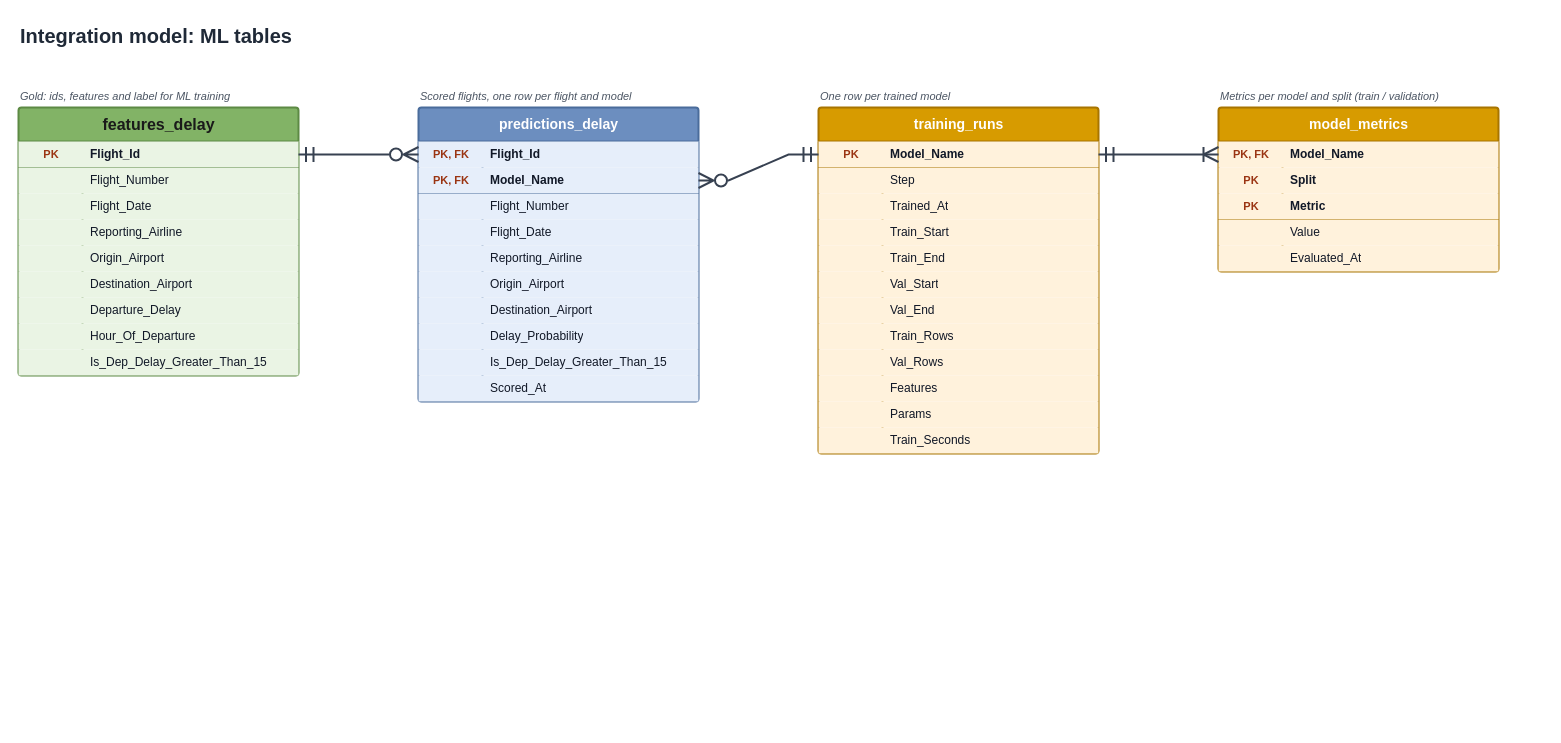
Before: docs/diagrams/03_integration_model.drawio in lakiiibalint/flight-delay-prediction-lakehouse, a draw.io diagram. Source tidied: cells renumbered, new cells numbered last; positions are measured from the earlier drawing's top-left corner, leaving out a move shared by most shapes. Both pictures are drawn from the tidied source at 100%, with x=0, y=0 at pixel (18, 17).
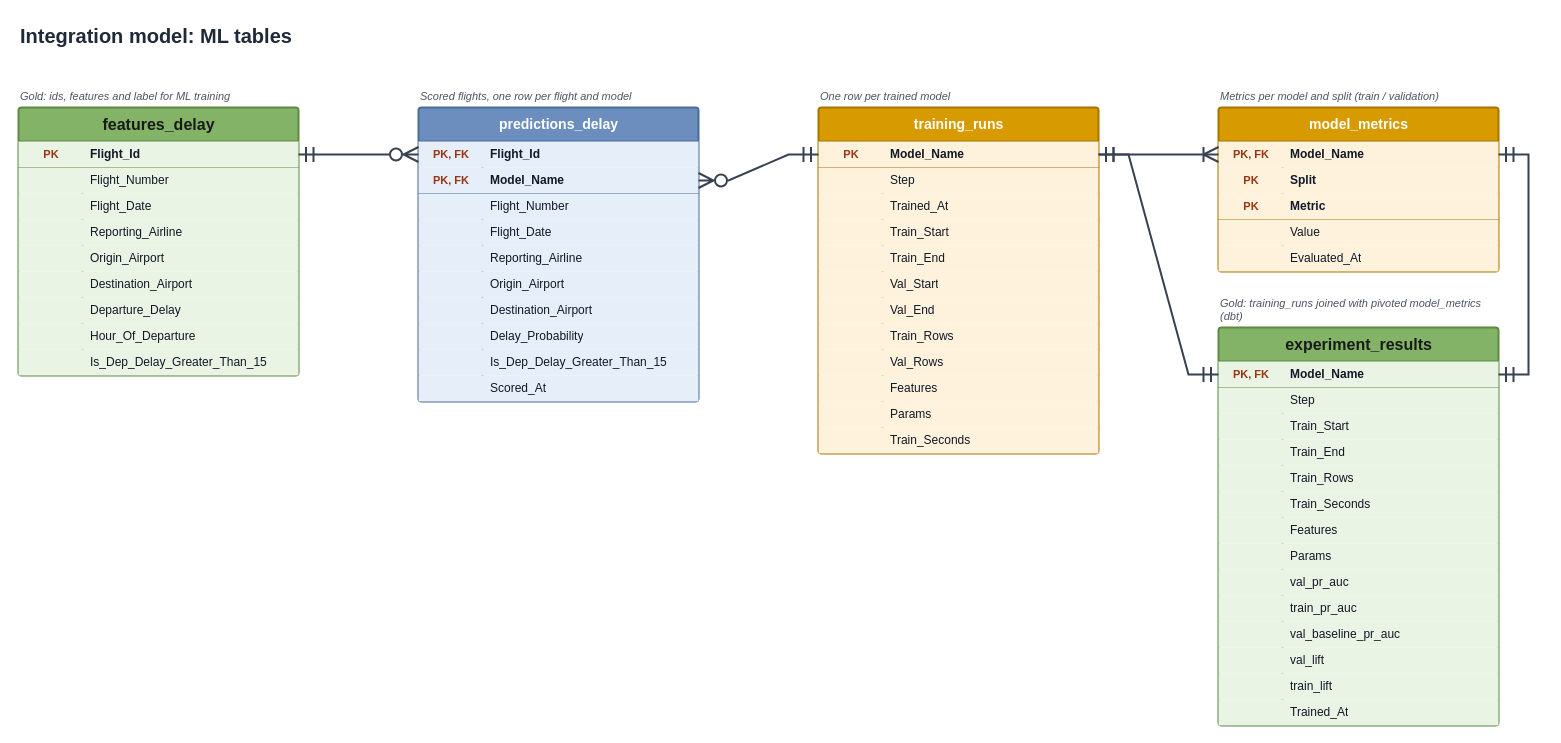
The same page after the edit.

Commit message (it also covers changes not shown here):
Update dataflow and integration model diagrams

Dataflow: ML Train now also writes training runs log and model metrics to ClickHouse.
Integration model: add experiment_results Gold table.

Unchanged cells that the change refers to:
```xml
<mxCell id="66" style="shape=tableRow;horizontal=0;startSize=0;swimlaneHead=0;swimlaneBody=0;fillColor=#fff2dc;points=[[0,0.5],[1,0.5]];portConstraint=eastwest;top=0;left=0;right=0;bottom=1;strokeColor=#a87500;" parent="65" vertex="1">
  <mxGeometry y="34" width="280" height="26" as="geometry" />
</mxCell>
<mxCell id="104" style="shape=tableRow;horizontal=0;startSize=0;swimlaneHead=0;swimlaneBody=0;fillColor=#fff2dc;points=[[0,0.5],[1,0.5]];portConstraint=eastwest;top=0;left=0;right=0;bottom=0;strokeColor=#a87500;" parent="103" vertex="1">
  <mxGeometry y="34" width="280" height="26" as="geometry" />
</mxCell>
```

Diff of the diagram source:
```diff
@@
+    <mxCell id="122" value="&lt;i&gt;Gold: training_runs joined with pivoted model_metrics (dbt)&lt;/i&gt;" style="text;html=1;align=left;verticalAlign=bottom;fontSize=11;fontColor=#4b5563;whiteSpace=wrap;" parent="1" vertex="1">
+      <mxGeometry x="1200" y="280" width="280" height="28" as="geometry" />
+    </mxCell>
+    <mxCell id="123" value="&lt;span style=&quot;color: rgb(26, 26, 26);&quot;&gt;&lt;font style=&quot;font-size: 16px;&quot;&gt;experiment_results&lt;/font&gt;&lt;/span&gt;" style="shape=table;startSize=34;childLayout=tableLayout;rowLines=0;fontStyle=1;align=center;html=1;fontSize=14;fontColor=#ffffff;fillColor=#82b366;strokeColor=#5d8a44;strokeWidth=2;rounded=1;arcSize=3;" parent="1" vertex="1">
+      <mxGeometry x="1200" y="310" width="280" height="398" as="geometry" />
+    </mxCell>
+    <mxCell id="124" style="shape=tableRow;horizontal=0;startSize=0;swimlaneHead=0;swimlaneBody=0;fillColor=#eaf4e4;points=[[0,0.5],[1,0.5]];portConstraint=eastwest;top=0;left=0;right=0;bottom=1;strokeColor=#5d8a44;" parent="123" vertex="1">
+      <mxGeometry y="34" width="280" height="26" as="geometry" />
+    </mxCell>
+    <mxCell id="125" value="&lt;b&gt;PK, FK&lt;/b&gt;" style="shape=partialRectangle;html=1;whiteSpace=wrap;fillColor=none;top=0;left=0;bottom=0;right=0;align=center;spacingLeft=2;overflow=hidden;fontSize=11;fontColor=#9a3412;" parent="124" vertex="1">
+      <mxGeometry width="64" height="26" as="geometry" />
+    </mxCell>
+    <mxCell id="126" value="Model_Name" style="shape=partialRectangle;html=1;whiteSpace=wrap;fillColor=none;top=0;left=0;bottom=0;right=0;align=left;spacingLeft=6;overflow=hidden;fontSize=12;fontColor=#111827;fontStyle=1;" parent="124" vertex="1">
+      <mxGeometry x="64" width="216" height="26" as="geometry" />
+    </mxCell>
+    <mxCell id="127" style="shape=tableRow;horizontal=0;startSize=0;swimlaneHead=0;swimlaneBody=0;fillColor=#eaf4e4;top=0;left=0;right=0;bottom=0;strokeColor=#5d8a44;" parent="123" vertex="1">
+      <mxGeometry y="60" width="280" height="26" as="geometry" />
+    </mxCell>
+    <mxCell id="128" style="shape=partialRectangle;html=1;whiteSpace=wrap;fillColor=none;top=0;left=0;bottom=0;right=0;align=center;spacingLeft=2;overflow=hidden;fontSize=11;fontColor=#1d4ed8;" parent="127" vertex="1">
+      <mxGeometry width="64" height="26" as="geometry" />
+    </mxCell>
+    <mxCell id="129" value="Step" style="shape=partialRectangle;html=1;whiteSpace=wrap;fillColor=none;top=0;left=0;bottom=0;right=0;align=left;spacingLeft=6;overflow=hidden;fontSize=12;fontColor=#111827;" parent="127" vertex="1">
+      <mxGeometry x="64" width="216" height="26" as="geometry" />
+    </mxCell>
+    <mxCell id="130" style="shape=tableRow;horizontal=0;startSize=0;swimlaneHead=0;swimlaneBody=0;fillColor=#eaf4e4;top=0;left=0;right=0;bottom=0;strokeColor=#5d8a44;" parent="123" vertex="1">
+      <mxGeometry y="86" width="280" height="26" as="geometry" />
+    </mxCell>
+    <mxCell id="131" style="shape=partialRectangle;html=1;whiteSpace=wrap;fillColor=none;top=0;left=0;bottom=0;right=0;align=center;spacingLeft=2;overflow=hidden;fontSize=11;fontColor=#1d4ed8;" parent="130" vertex="1">
+      <mxGeometry width="64" height="26" as="geometry" />
+    </mxCell>
+    <mxCell id="132" value="Train_Start" style="shape=partialRectangle;html=1;whiteSpace=wrap;fillColor=none;top=0;left=0;bottom=0;right=0;align=left;spacingLeft=6;overflow=hidden;fontSize=12;fontColor=#111827;" parent="130" vertex="1">
+      <mxGeometry x="64" width="216" height="26" as="geometry" />
+    </mxCell>
+    <mxCell id="133" style="shape=tableRow;horizontal=0;startSize=0;swimlaneHead=0;swimlaneBody=0;fillColor=#eaf4e4;top=0;left=0;right=0;bottom=0;strokeColor=#5d8a44;" parent="123" vertex="1">
+      <mxGeometry y="112" width="280" height="26" as="geometry" />
+    </mxCell>
+    <mxCell id="134" style="shape=partialRectangle;html=1;whiteSpace=wrap;fillColor=none;top=0;left=0;bottom=0;right=0;align=center;spacingLeft=2;overflow=hidden;fontSize=11;fontColor=#1d4ed8;" parent="133" vertex="1">
+      <mxGeometry width="64" height="26" as="geometry" />
+    </mxCell>
+    <mxCell id="135" value="Train_End" style="shape=partialRectangle;html=1;whiteSpace=wrap;fillColor=none;top=0;left=0;bottom=0;right=0;align=left;spacingLeft=6;overflow=hidden;fontSize=12;fontColor=#111827;" parent="133" vertex="1">
+      <mxGeometry x="64" width="216" height="26" as="geometry" />
+    </mxCell>
+    <mxCell id="136" style="shape=tableRow;horizontal=0;startSize=0;swimlaneHead=0;swimlaneBody=0;fillColor=#eaf4e4;top=0;left=0;right=0;bottom=0;strokeColor=#5d8a44;" parent="123" vertex="1">
+      <mxGeometry y="138" width="280" height="26" as="geometry" />
+    </mxCell>
+    <mxCell id="137" style="shape=partialRectangle;html=1;whiteSpace=wrap;fillColor=none;top=0;left=0;bottom=0;right=0;align=center;spacingLeft=2;overflow=hidden;fontSize=11;fontColor=#1d4ed8;" parent="136" vertex="1">
+      <mxGeometry width="64" height="26" as="geometry" />
+    </mxCell>
+    <mxCell id="138" value="Train_Rows" style="shape=partialRectangle;html=1;whiteSpace=wrap;fillColor=none;top=0;left=0;bottom=0;right=0;align=left;spacingLeft=6;overflow=hidden;fontSize=12;fontColor=#111827;" parent="136" vertex="1">
+      <mxGeometry x="64" width="216" height="26" as="geometry" />
+    </mxCell>
+    <mxCell id="139" style="shape=tableRow;horizontal=0;startSize=0;swimlaneHead=0;swimlaneBody=0;fillColor=#eaf4e4;top=0;left=0;right=0;bottom=0;strokeColor=#5d8a44;" parent="123" vertex="1">
+      <mxGeometry y="164" width="280" height="26" as="geometry" />
+    </mxCell>
+    <mxCell id="140" style="shape=partialRectangle;html=1;whiteSpace=wrap;fillColor=none;top=0;left=0;bottom=0;right=0;align=center;spacingLeft=2;overflow=hidden;fontSize=11;fontColor=#1d4ed8;" parent="139" vertex="1">
+      <mxGeometry width="64" height="26" as="geometry" />
+    </mxCell>
+    <mxCell id="141" value="Train_Seconds" style="shape=partialRectangle;html=1;whiteSpace=wrap;fillColor=none;top=0;left=0;bottom=0;right=0;align=left;spacingLeft=6;overflow=hidden;fontSize=12;fontColor=#111827;" parent="139" vertex="1">
+      <mxGeometry x="64" width="216" height="26" as="geometry" />
+    </mxCell>
+    <mxCell id="142" style="shape=tableRow;horizontal=0;startSize=0;swimlaneHead=0;swimlaneBody=0;fillColor=#eaf4e4;top=0;left=0;right=0;bottom=0;strokeColor=#5d8a44;" parent="123" vertex="1">
+      <mxGeometry y="190" width="280" height="26" as="geometry" />
+    </mxCell>
+    <mxCell id="143" style="shape=partialRectangle;html=1;whiteSpace=wrap;fillColor=none;top=0;left=0;bottom=0;right=0;align=center;spacingLeft=2;overflow=hidden;fontSize=11;fontColor=#1d4ed8;" parent="142" vertex="1">
+      <mxGeometry width="64" height="26" as="geometry" />
+    </mxCell>
+    <mxCell id="144" value="Features" style="shape=partialRectangle;html=1;whiteSpace=wrap;fillColor=none;top=0;left=0;bottom=0;right=0;align=left;spacingLeft=6;overflow=hidden;fontSize=12;fontColor=#111827;" parent="142" vertex="1">
+      <mxGeometry x="64" width="216" height="26" as="geometry" />
+    </mxCell>
+    <mxCell id="145" style="shape=tableRow;horizontal=0;startSize=0;swimlaneHead=0;swimlaneBody=0;fillColor=#eaf4e4;top=0;left=0;right=0;bottom=0;strokeColor=#5d8a44;" parent="123" vertex="1">
+      <mxGeometry y="216" width="280" height="26" as="geometry" />
+    </mxCell>
+    <mxCell id="146" style="shape=partialRectangle;html=1;whiteSpace=wrap;fillColor=none;top=0;left=0;bottom=0;right=0;align=center;spacingLeft=2;overflow=hidden;fontSize=11;fontColor=#1d4ed8;" parent="145" vertex="1">
+      <mxGeometry width="64" height="26" as="geometry" />
+    </mxCell>
+    <mxCell id="147" value="Params" style="shape=partialRectangle;html=1;whiteSpace=wrap;fillColor=none;top=0;left=0;bottom=0;right=0;align=left;spacingLeft=6;overflow=hidden;fontSize=12;fontColor=#111827;" parent="145" vertex="1">
+      <mxGeometry x="64" width="216" height="26" as="geometry" />
+    </mxCell>
+    <mxCell id="148" style="shape=tableRow;horizontal=0;startSize=0;swimlaneHead=0;swimlaneBody=0;fillColor=#eaf4e4;top=0;left=0;right=0;bottom=0;strokeColor=#5d8a44;" parent="123" vertex="1">
+      <mxGeometry y="242" width="280" height="26" as="geometry" />
+    </mxCell>
+    <mxCell id="149" style="shape=partialRectangle;html=1;whiteSpace=wrap;fillColor=none;top=0;left=0;bottom=0;right=0;align=center;spacingLeft=2;overflow=hidden;fontSize=11;fontColor=#1d4ed8;" parent="148" vertex="1">
+      <mxGeometry width="64" height="26" as="geometry" />
+    </mxCell>
+    <mxCell id="150" value="val_pr_auc" style="shape=partialRectangle;html=1;whiteSpace=wrap;fillColor=none;top=0;left=0;bottom=0;right=0;align=left;spacingLeft=6;overflow=hidden;fontSize=12;fontColor=#111827;" parent="148" vertex="1">
+      <mxGeometry x="64" width="216" height="26" as="geometry" />
+    </mxCell>
+    <mxCell id="151" style="shape=tableRow;horizontal=0;startSize=0;swimlaneHead=0;swimlaneBody=0;fillColor=#eaf4e4;top=0;left=0;right=0;bottom=0;strokeColor=#5d8a44;" parent="123" vertex="1">
+      <mxGeometry y="268" width="280" height="26" as="geometry" />
+    </mxCell>
+    <mxCell id="152" style="shape=partialRectangle;html=1;whiteSpace=wrap;fillColor=none;top=0;left=0;bottom=0;right=0;align=center;spacingLeft=2;overflow=hidden;fontSize=11;fontColor=#1d4ed8;" parent="151" vertex="1">
+      <mxGeometry width="64" height="26" as="geometry" />
+    </mxCell>
+    <mxCell id="153" value="train_pr_auc" style="shape=partialRectangle;html=1;whiteSpace=wrap;fillColor=none;top=0;left=0;bottom=0;right=0;align=left;spacingLeft=6;overflow=hidden;fontSize=12;fontColor=#111827;" parent="151" vertex="1">
+      <mxGeometry x="64" width="216" height="26" as="geometry" />
+    </mxCell>
+    <mxCell id="154" style="shape=tableRow;horizontal=0;startSize=0;swimlaneHead=0;swimlaneBody=0;fillColor=#eaf4e4;top=0;left=0;right=0;bottom=0;strokeColor=#5d8a44;" parent="123" vertex="1">
+      <mxGeometry y="294" width="280" height="26" as="geometry" />
+    </mxCell>
+    <mxCell id="155" style="shape=partialRectangle;html=1;whiteSpace=wrap;fillColor=none;top=0;left=0;bottom=0;right=0;align=center;spacingLeft=2;overflow=hidden;fontSize=11;fontColor=#1d4ed8;" parent="154" vertex="1">
+      <mxGeometry width="64" height="26" as="geometry" />
+    </mxCell>
+    <mxCell id="156" value="val_baseline_pr_auc" style="shape=partialRectangle;html=1;whiteSpace=wrap;fillColor=none;top=0;left=0;bottom=0;right=0;align=left;spacingLeft=6;overflow=hidden;fontSize=12;fontColor=#111827;" parent="154" vertex="1">
+      <mxGeometry x="64" width="216" height="26" as="geometry" />
+    </mxCell>
+    <mxCell id="157" style="shape=tableRow;horizontal=0;startSize=0;swimlaneHead=0;swimlaneBody=0;fillColor=#eaf4e4;top=0;left=0;right=0;bottom=0;strokeColor=#5d8a44;" parent="123" vertex="1">
+      <mxGeometry y="320" width="280" height="26" as="geometry" />
+    </mxCell>
+    <mxCell id="158" style="shape=partialRectangle;html=1;whiteSpace=wrap;fillColor=none;top=0;left=0;bottom=0;right=0;align=center;spacingLeft=2;overflow=hidden;fontSize=11;fontColor=#1d4ed8;" parent="157" vertex="1">
+      <mxGeometry width="64" height="26" as="geometry" />
+    </mxCell>
+    <mxCell id="159" value="val_lift" style="shape=partialRectangle;html=1;whiteSpace=wrap;fillColor=none;top=0;left=0;bottom=0;right=0;align=left;spacingLeft=6;overflow=hidden;fontSize=12;fontColor=#111827;" parent="157" vertex="1">
+      <mxGeometry x="64" width="216" height="26" as="geometry" />
+    </mxCell>
+    <mxCell id="160" style="shape=tableRow;horizontal=0;startSize=0;swimlaneHead=0;swimlaneBody=0;fillColor=#eaf4e4;top=0;left=0;right=0;bottom=0;strokeColor=#5d8a44;" parent="123" vertex="1">
+      <mxGeometry y="346" width="280" height="26" as="geometry" />
+    </mxCell>
+    <mxCell id="161" style="shape=partialRectangle;html=1;whiteSpace=wrap;fillColor=none;top=0;left=0;bottom=0;right=0;align=center;spacingLeft=2;overflow=hidden;fontSize=11;fontColor=#1d4ed8;" parent="160" vertex="1">
+      <mxGeometry width="64" height="26" as="geometry" />
+    </mxCell>
+    <mxCell id="162" value="train_lift" style="shape=partialRectangle;html=1;whiteSpace=wrap;fillColor=none;top=0;left=0;bottom=0;right=0;align=left;spacingLeft=6;overflow=hidden;fontSize=12;fontColor=#111827;" parent="160" vertex="1">
+      <mxGeometry x="64" width="216" height="26" as="geometry" />
+    </mxCell>
+    <mxCell id="163" style="shape=tableRow;horizontal=0;startSize=0;swimlaneHead=0;swimlaneBody=0;fillColor=#eaf4e4;top=0;left=0;right=0;bottom=0;strokeColor=#5d8a44;" parent="123" vertex="1">
+      <mxGeometry y="372" width="280" height="26" as="geometry" />
+    </mxCell>
+    <mxCell id="164" style="shape=partialRectangle;html=1;whiteSpace=wrap;fillColor=none;top=0;left=0;bottom=0;right=0;align=center;spacingLeft=2;overflow=hidden;fontSize=11;fontColor=#1d4ed8;" parent="163" vertex="1">
+      <mxGeometry width="64" height="26" as="geometry" />
+    </mxCell>
+    <mxCell id="165" value="Trained_At" style="shape=partialRectangle;html=1;whiteSpace=wrap;fillColor=none;top=0;left=0;bottom=0;right=0;align=left;spacingLeft=6;overflow=hidden;fontSize=12;fontColor=#111827;" parent="163" vertex="1">
+      <mxGeometry x="64" width="216" height="26" as="geometry" />
+    </mxCell>
+    <mxCell id="166" style="edgeStyle=entityRelationEdgeStyle;html=1;rounded=0;endSize=12;startSize=12;strokeWidth=2;strokeColor=#374151;startArrow=ERmandOne;endArrow=ERmandOne;startFill=0;endFill=0;" parent="1" edge="1" source="66" target="124">
+      <mxGeometry relative="1" as="geometry" />
+    </mxCell>
+    <mxCell id="167" style="edgeStyle=entityRelationEdgeStyle;html=1;rounded=0;endSize=12;startSize=12;strokeWidth=2;strokeColor=#374151;startArrow=ERmandOne;endArrow=ERmandOne;startFill=0;endFill=0;" parent="1" edge="1" source="104" target="124">
+      <mxGeometry relative="1" as="geometry" />
+    </mxCell>
```
